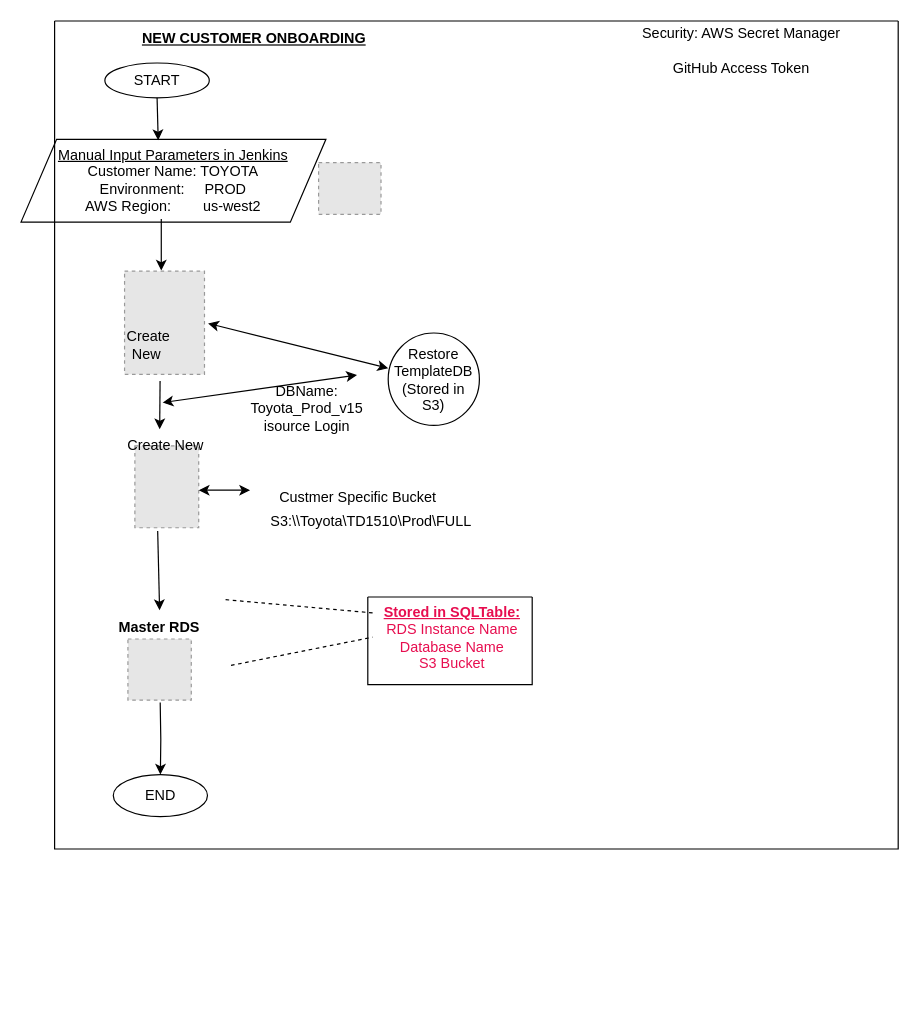
The draw.io diagram Untitled Diagram.drawio in Ravi1983-dev/devopsdemo, before the edit. Source tidied: cells renumbered, new cells numbered last; positions are measured from the earlier drawing's top-left corner, leaving out a move shared by most shapes. Both pictures are drawn from the tidied source at 120%, with x=0, y=0 at pixel (20, 20). Pictures stored in the file or linked from it are replaced by grey dashed boxes.
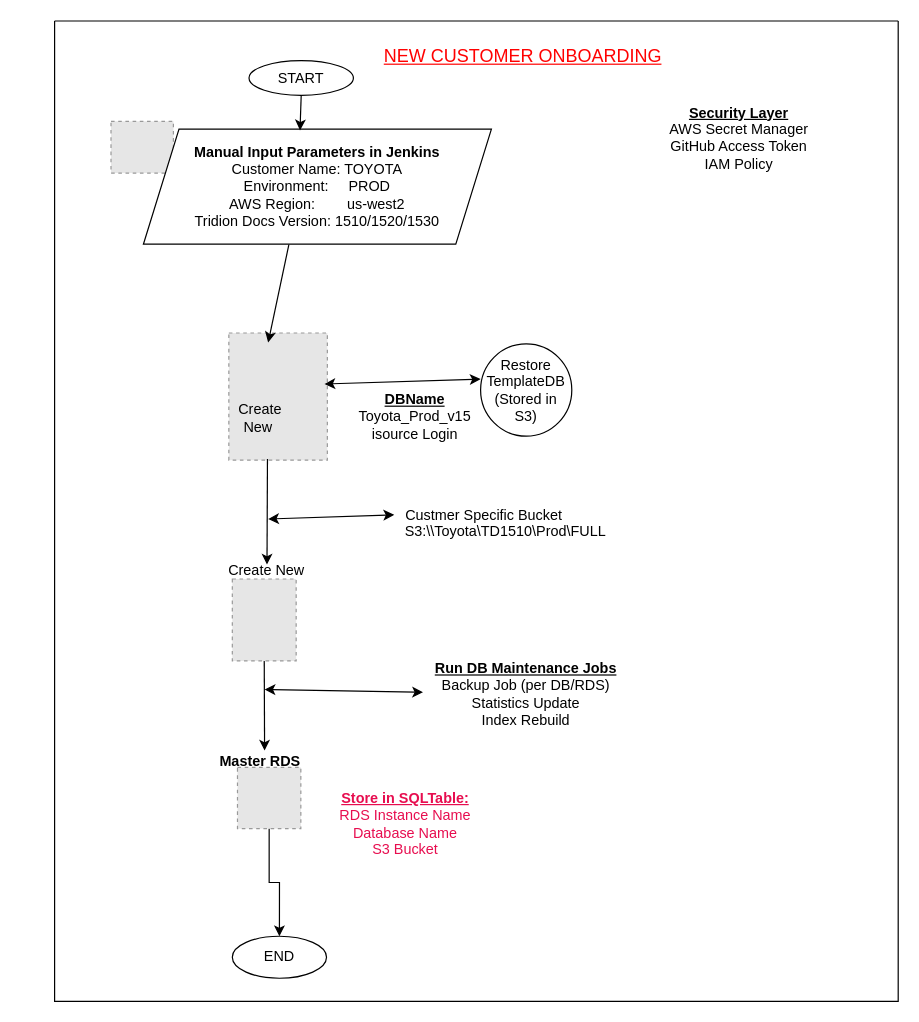
Above is the later version.

Change to the diagram source:
```diff
@@
-    <mxCell id="2" value="START" style="ellipse;whiteSpace=wrap;html=1;" parent="1" vertex="1">
-      <mxGeometry x="69.9" y="35" width="87" height="29" as="geometry" />
-    </mxCell>
-    <mxCell id="3" value="&lt;div&gt;&lt;u style=&quot;&quot;&gt;Manual Input Parameters in Jenkins&lt;/u&gt;&lt;/div&gt;Customer Name: TOYOTA&lt;div&gt;Environment:&amp;nbsp; &amp;nbsp; &amp;nbsp;PROD&lt;/div&gt;&lt;div&gt;AWS Region:&amp;nbsp; &amp;nbsp; &amp;nbsp; &amp;nbsp; us-west2&lt;/div&gt;" style="shape=parallelogram;perimeter=parallelogramPerimeter;whiteSpace=wrap;html=1;fixedSize=1;size=29.66668701171875;" parent="1" vertex="1">
-      <mxGeometry y="98.6" width="254.1" height="69" as="geometry" />
-    </mxCell>
-    <mxCell id="4" style="fillColor=#E6E6E6;strokeColor=#999999;dashed=1;verticalLabelPosition=bottom;labelBackgroundColor=default;verticalAlign=top;" parent="1" vertex="1">
-      <mxGeometry x="94.9" y="354" width="53.2" height="68.3" as="geometry" />
-    </mxCell>
-    <mxCell id="5" style="endArrow=classic;html=1;rounded=0;" parent="1" edge="1">
-      <mxGeometry relative="1" as="geometry">
-        <mxPoint x="116.9" y="165" as="sourcePoint" />
-        <mxPoint x="116.9" y="208" as="targetPoint" />
-      </mxGeometry>
-    </mxCell>
-    <mxCell id="6" style="endArrow=classic;html=1;rounded=0;entryX=0.401;entryY=0.041;entryDx=0;entryDy=0;entryPerimeter=0;" parent="1" edge="1" target="10">
-      <mxGeometry relative="1" as="geometry">
-        <mxPoint x="115.9" y="300" as="sourcePoint" />
-      </mxGeometry>
-    </mxCell>
-    <mxCell id="7" style="endArrow=classic;startArrow=classic;html=1;rounded=0;entryX=0;entryY=0.382;entryDx=0;entryDy=0;entryPerimeter=0;" parent="1" edge="1" target="23">
-      <mxGeometry relative="1" as="geometry">
-        <mxPoint x="155.9" y="252" as="sourcePoint" />
-      </mxGeometry>
-    </mxCell>
-    <mxCell id="8" style="fillColor=#E6E6E6;strokeColor=#999999;dashed=1;verticalLabelPosition=bottom;labelBackgroundColor=default;verticalAlign=top;" parent="1" vertex="1">
-      <mxGeometry x="86.3" y="208.5" width="66.6" height="86" as="geometry" />
-    </mxCell>
-    <mxCell id="9" value="Create New&amp;nbsp;" style="text;html=1;align=center;verticalAlign=middle;whiteSpace=wrap;rounded=0;" parent="1" vertex="1">
-      <mxGeometry x="76.9" y="255" width="59" height="30" as="geometry" />
-    </mxCell>
-    <mxCell id="10" value="Create New&amp;nbsp;" style="text;html=1;align=center;verticalAlign=middle;whiteSpace=wrap;rounded=0;" parent="1" vertex="1">
-      <mxGeometry x="86.3" y="339" width="73" height="30" as="geometry" />
-    </mxCell>
-    <mxCell id="11" style="endArrow=classic;startArrow=classic;html=1;rounded=0;exitX=0.98;exitY=0.614;exitDx=0;exitDy=0;exitPerimeter=0;" parent="1" edge="1">
+    <mxCell id="11" style="endArrow=classic;startArrow=classic;html=1;rounded=0;entryX=0;entryY=0.25;entryDx=0;entryDy=0;" parent="1" edge="1" target="25">
       <mxGeometry relative="1" as="geometry">
-        <mxPoint x="148.1" y="391" as="sourcePoint" />
-        <mxPoint x="190.9" y="391" as="targetPoint" />
+        <mxPoint x="206" y="415" as="sourcePoint" />
       </mxGeometry>
     </mxCell>
-    <mxCell id="12" value="END" style="ellipse;whiteSpace=wrap;html=1;" parent="1" vertex="1">
-      <mxGeometry x="76.9" y="628" width="78.5" height="35" as="geometry" />
-    </mxCell>
-    <mxCell id="13" style="endArrow=classic;html=1;rounded=0;entryX=0.5;entryY=0;entryDx=0;entryDy=0;" parent="1" edge="1" target="17">
-      <mxGeometry relative="1" as="geometry">
-        <mxPoint x="113.9" y="425" as="sourcePoint" />
-      </mxGeometry>
-    </mxCell>
-    <mxCell id="14" style="fillColor=#E6E6E6;strokeColor=#999999;dashed=1;verticalLabelPosition=bottom;labelBackgroundColor=default;verticalAlign=top;" parent="1" vertex="1">
-      <mxGeometry x="248" y="118" width="52" height="43.1" as="geometry" />
-    </mxCell>
-    <mxCell id="15" style="fillColor=#E6E6E6;strokeColor=#999999;dashed=1;verticalLabelPosition=bottom;labelBackgroundColor=default;verticalAlign=top;" parent="1" vertex="1">
-      <mxGeometry x="89.1" y="515" width="52.8" height="51" as="geometry" />
-    </mxCell>
-    <mxCell id="16" style="edgeStyle=orthogonalEdgeStyle;rounded=0;jettySize=auto;html=1;entryX=0.5;entryY=0;entryDx=0;entryDy=0;" parent="1" edge="1" target="12">
-      <mxGeometry relative="1" as="geometry">
-        <mxPoint x="116" y="568" as="sourcePoint" />
-      </mxGeometry>
-    </mxCell>
-    <mxCell id="17" value="&lt;b&gt;Master RDS&lt;/b&gt;" style="text;html=1;align=center;verticalAlign=middle;whiteSpace=wrap;rounded=0;" parent="1" vertex="1">
-      <mxGeometry x="76.9" y="491" width="77.2" height="30" as="geometry" />
-    </mxCell>
-    <mxCell id="18" style="endArrow=none;dashed=1;html=1;rounded=0;exitX=0;exitY=0.25;exitDx=0;exitDy=0;" parent="1" edge="1" source="28">
-      <mxGeometry relative="1" as="geometry">
-        <mxPoint x="168" y="482" as="targetPoint" />
-      </mxGeometry>
-    </mxCell>
-    <mxCell id="19" style="endArrow=none;dashed=1;html=1;rounded=0;entryX=0;entryY=0.5;entryDx=0;entryDy=0;" parent="1" edge="1" target="28">
-      <mxGeometry relative="1" as="geometry">
-        <mxPoint x="175" y="537" as="sourcePoint" />
-      </mxGeometry>
-    </mxCell>
     <mxCell id="20" style="swimlane;startSize=0;" parent="1" vertex="1">
-      <mxGeometry x="28" width="703" height="690" as="geometry" />
+      <mxGeometry x="28" width="703" height="817" as="geometry" />
     </mxCell>
-    <mxCell id="21" value="&lt;b&gt;&lt;u&gt;NEW CUSTOMER ONBOARDING&lt;/u&gt;&lt;/b&gt;" style="text;html=1;align=center;verticalAlign=middle;whiteSpace=wrap;rounded=0;" parent="20" vertex="1">
-      <mxGeometry x="47" width="239" height="30" as="geometry" />
+    <mxCell id="21" value="&lt;font&gt;NEW CUSTOMER ONBOARDING&lt;/font&gt;" style="text;html=1;align=center;verticalAlign=middle;whiteSpace=wrap;rounded=0;fontSize=15;fontColor=#FF0000;fontStyle=4;" parent="20" vertex="1">
+      <mxGeometry x="271" y="14" width="239" height="30" as="geometry" />
     </mxCell>
-    <mxCell id="22" value="Security: AWS Secret Manager&lt;div&gt;&lt;br&gt;&lt;/div&gt;&lt;div&gt;GitHub Access Token&lt;/div&gt;&lt;div&gt;&lt;br&gt;&lt;/div&gt;" style="text;html=1;align=center;verticalAlign=middle;whiteSpace=wrap;rounded=0;" parent="20" vertex="1">
-      <mxGeometry x="456" y="17" width="233" height="30" as="geometry" />
+    <mxCell id="22" value="&lt;div&gt;&lt;b&gt;&lt;u&gt;Security Layer&lt;/u&gt;&lt;/b&gt;&lt;/div&gt;AWS Secret Manager&lt;div&gt;GitHub Access Token&lt;/div&gt;&lt;div&gt;&lt;span style=&quot;background-color: transparent; color: light-dark(rgb(0, 0, 0), rgb(255, 255, 255));&quot;&gt;IAM Policy&lt;/span&gt;&lt;/div&gt;&lt;div&gt;&lt;br&gt;&lt;/div&gt;" style="text;html=1;align=center;verticalAlign=middle;whiteSpace=wrap;rounded=0;" parent="20" vertex="1">
+      <mxGeometry x="454" y="90.1" width="233" height="30" as="geometry" />
     </mxCell>
     <mxCell id="23" value="Restore TemplateDB&lt;div&gt;(Stored in S3)&lt;/div&gt;" style="ellipse;whiteSpace=wrap;html=1;" parent="20" vertex="1">
-      <mxGeometry x="278" y="260" width="76" height="77" as="geometry" />
+      <mxGeometry x="355" y="269" width="76" height="77" as="geometry" />
     </mxCell>
-    <mxCell id="24" value="DBName:&lt;div&gt;Toyota_Prod_v15&lt;/div&gt;&lt;div&gt;isource Login&lt;/div&gt;&lt;div&gt;&lt;br&gt;&lt;/div&gt;" style="text;html=1;align=center;verticalAlign=middle;whiteSpace=wrap;rounded=0;" parent="20" vertex="1">
-      <mxGeometry x="152" y="313" width="117" height="33" as="geometry" />
+    <mxCell id="24" value="&lt;b&gt;&lt;u&gt;DBName&lt;/u&gt;&lt;/b&gt;&lt;div&gt;Toyota_Prod_v15&lt;/div&gt;&lt;div&gt;isource Login&lt;/div&gt;&lt;div&gt;&lt;br&gt;&lt;/div&gt;" style="text;html=1;align=center;verticalAlign=middle;whiteSpace=wrap;rounded=0;" parent="20" vertex="1">
+      <mxGeometry x="242" y="320" width="117" height="33" as="geometry" />
     </mxCell>
     <mxCell id="25" value="Custmer Specific Bucket&lt;div&gt;&lt;br&gt;&lt;/div&gt;" style="text;html=1;align=center;verticalAlign=middle;whiteSpace=wrap;rounded=0;" parent="20" vertex="1">
-      <mxGeometry x="178" y="389" width="150" height="30" as="geometry" />
+      <mxGeometry x="283" y="404" width="150" height="30" as="geometry" />
     </mxCell>
     <mxCell id="26" value="S3:\\Toyota\TD1510\Prod\FULL" style="text;html=1;align=center;verticalAlign=middle;whiteSpace=wrap;rounded=0;" parent="20" vertex="1">
-      <mxGeometry x="196" y="403" width="136" height="27" as="geometry" />
+      <mxGeometry x="308" y="412" width="136" height="27" as="geometry" />
     </mxCell>
+    <mxCell id="14" style="fillColor=#E6E6E6;strokeColor=#999999;dashed=1;verticalLabelPosition=bottom;labelBackgroundColor=default;verticalAlign=top;" parent="20" vertex="1">
+      <mxGeometry x="47" y="83.6" width="52" height="43.1" as="geometry" />
+    </mxCell>
+    <mxCell id="3" value="&lt;div&gt;&lt;b style=&quot;&quot;&gt;Manual Input Parameters in Jenkins&lt;/b&gt;&lt;/div&gt;Customer Name: TOYOTA&lt;div&gt;Environment:&amp;nbsp; &amp;nbsp; &amp;nbsp;PROD&lt;/div&gt;&lt;div&gt;AWS Region:&amp;nbsp; &amp;nbsp; &amp;nbsp; &amp;nbsp; us-west2&lt;/div&gt;&lt;div&gt;Tridion Docs Version: 1510/1520/1530&lt;/div&gt;" style="shape=parallelogram;perimeter=parallelogramPerimeter;whiteSpace=wrap;html=1;fixedSize=1;size=29.66668701171875;" parent="20" vertex="1">
+      <mxGeometry x="74" y="90.1" width="290" height="95.9" as="geometry" />
+    </mxCell>
+    <mxCell id="2" value="START" style="ellipse;whiteSpace=wrap;html=1;" parent="20" vertex="1">
+      <mxGeometry x="162" y="33" width="87" height="29" as="geometry" />
+    </mxCell>
-    <mxCell id="27" style="endArrow=classic;html=1;rounded=0;exitX=0.5;exitY=1;exitDx=0;exitDy=0;entryX=0.45;entryY=0.011;entryDx=0;entryDy=0;entryPerimeter=0;" parent="1" edge="1" source="2" target="3">
+    <mxCell id="27" style="endArrow=classic;html=1;rounded=0;exitX=0.5;exitY=1;exitDx=0;exitDy=0;entryX=0.45;entryY=0.011;entryDx=0;entryDy=0;entryPerimeter=0;" parent="20" edge="1" source="2" target="3">
       <mxGeometry relative="1" as="geometry" />
     </mxCell>
-    <mxCell id="28" value="&lt;font style=&quot;color: light-dark(rgb(231, 13, 79), rgb(237, 237, 237));&quot;&gt;&lt;b&gt;&lt;u&gt;Stored in SQLTable:&lt;/u&gt;&lt;/b&gt;&lt;/font&gt;&lt;div&gt;&lt;font style=&quot;color: light-dark(rgb(231, 13, 79), rgb(237, 237, 237));&quot;&gt;RDS Instance Name&lt;/font&gt;&lt;div&gt;&lt;font style=&quot;color: light-dark(rgb(231, 13, 79), rgb(237, 237, 237));&quot;&gt;Database Name&lt;/font&gt;&lt;/div&gt;&lt;div&gt;&lt;font style=&quot;color: light-dark(rgb(231, 13, 79), rgb(237, 237, 237));&quot;&gt;S3 Bucket&lt;/font&gt;&lt;/div&gt;&lt;/div&gt;" style="text;html=1;align=center;verticalAlign=middle;whiteSpace=wrap;rounded=0;" parent="1" vertex="1">
-      <mxGeometry x="293" y="473" width="132.9" height="81" as="geometry" />
+    <mxCell id="28" value="&lt;font style=&quot;color: light-dark(rgb(231, 13, 79), rgb(237, 237, 237));&quot;&gt;&lt;b&gt;&lt;u&gt;Store in SQLTable:&lt;/u&gt;&lt;/b&gt;&lt;/font&gt;&lt;div&gt;&lt;font style=&quot;color: light-dark(rgb(231, 13, 79), rgb(237, 237, 237));&quot;&gt;RDS Instance Name&lt;/font&gt;&lt;div&gt;&lt;font style=&quot;color: light-dark(rgb(231, 13, 79), rgb(237, 237, 237));&quot;&gt;Database Name&lt;/font&gt;&lt;/div&gt;&lt;div&gt;&lt;font style=&quot;color: light-dark(rgb(231, 13, 79), rgb(237, 237, 237));&quot;&gt;S3 Bucket&lt;/font&gt;&lt;/div&gt;&lt;/div&gt;" style="text;html=1;align=center;verticalAlign=middle;whiteSpace=wrap;rounded=0;" parent="20" vertex="1">
+      <mxGeometry x="226.1" y="628" width="132.9" height="81" as="geometry" />
     </mxCell>
-    <mxCell id="29" style="swimlane;startSize=0;fontColor=#FF3E29;" parent="1" vertex="1">
-      <mxGeometry x="289" y="480" width="137" height="73" as="geometry" />
-    </mxCell>
-    <mxCell id="30" style="endArrow=classic;startArrow=classic;html=1;rounded=0;" parent="1" edge="1">
-      <mxGeometry relative="1" as="geometry">
-        <mxPoint x="118" y="318" as="sourcePoint" />
-        <mxPoint x="280" y="295" as="targetPoint" />
-      </mxGeometry>
-    </mxCell>
+    <mxCell id="8" style="fillColor=#E6E6E6;strokeColor=#999999;dashed=1;verticalLabelPosition=bottom;labelBackgroundColor=default;verticalAlign=top;" parent="20" vertex="1">
+      <mxGeometry x="145.2" y="260" width="82.1" height="106" as="geometry" />
+    </mxCell>
+    <mxCell id="4" style="fillColor=#E6E6E6;strokeColor=#999999;dashed=1;verticalLabelPosition=bottom;labelBackgroundColor=default;verticalAlign=top;" parent="20" vertex="1">
+      <mxGeometry x="148.1" y="465" width="53.2" height="68.3" as="geometry" />
+    </mxCell>
+    <mxCell id="10" value="Create New&amp;nbsp;" style="text;html=1;align=center;verticalAlign=middle;whiteSpace=wrap;rounded=0;" parent="20" vertex="1">
+      <mxGeometry x="142.3" y="443" width="73" height="30" as="geometry" />
+    </mxCell>
+    <mxCell id="31" style="endArrow=classic;html=1;rounded=0;exitX=0.418;exitY=1.004;exitDx=0;exitDy=0;exitPerimeter=0;entryX=0.399;entryY=0.075;entryDx=0;entryDy=0;entryPerimeter=0;" parent="20" edge="1" source="3" target="8">
+      <mxGeometry relative="1" as="geometry" />
+    </mxCell>
+    <mxCell id="9" value="Create New&amp;nbsp;" style="text;html=1;align=center;verticalAlign=middle;whiteSpace=wrap;rounded=0;" parent="20" vertex="1">
+      <mxGeometry x="142.3" y="316" width="59" height="30" as="geometry" />
+    </mxCell>
+    <mxCell id="32" style="endArrow=classic;html=1;rounded=0;exitX=0.392;exitY=0.99;exitDx=0;exitDy=0;exitPerimeter=0;" parent="20" edge="1" source="8">
+      <mxGeometry relative="1" as="geometry">
+        <mxPoint x="177" y="453" as="targetPoint" />
+      </mxGeometry>
+    </mxCell>
+    <mxCell id="12" value="END" style="ellipse;whiteSpace=wrap;html=1;" parent="20" vertex="1">
+      <mxGeometry x="148.1" y="762.7" width="78.5" height="35" as="geometry" />
+    </mxCell>
+    <mxCell id="16" style="edgeStyle=orthogonalEdgeStyle;rounded=0;jettySize=auto;html=1;entryX=0.5;entryY=0;entryDx=0;entryDy=0;" parent="20" edge="1" source="15" target="12">
+      <mxGeometry relative="1" as="geometry" />
+    </mxCell>
+    <mxCell id="15" style="fillColor=#E6E6E6;strokeColor=#999999;dashed=1;verticalLabelPosition=bottom;labelBackgroundColor=default;verticalAlign=top;" parent="20" vertex="1">
+      <mxGeometry x="152.4" y="622" width="52.8" height="51" as="geometry" />
+    </mxCell>
+    <mxCell id="17" value="&lt;b&gt;Master RDS&lt;/b&gt;" style="text;html=1;align=center;verticalAlign=middle;whiteSpace=wrap;rounded=0;" parent="20" vertex="1">
+      <mxGeometry x="133.2" y="602" width="77.2" height="30" as="geometry" />
+    </mxCell>
+    <mxCell id="13" style="endArrow=classic;html=1;rounded=0;exitX=0.5;exitY=1;exitDx=0;exitDy=0;" parent="20" edge="1" source="4">
+      <mxGeometry relative="1" as="geometry">
+        <mxPoint x="175" y="608" as="targetPoint" />
+      </mxGeometry>
+    </mxCell>
+    <mxCell id="7" style="endArrow=classic;startArrow=classic;html=1;rounded=0;entryX=0;entryY=0.382;entryDx=0;entryDy=0;entryPerimeter=0;exitX=0.971;exitY=0.401;exitDx=0;exitDy=0;exitPerimeter=0;" parent="20" edge="1" source="8" target="23">
+      <mxGeometry relative="1" as="geometry" />
+    </mxCell>
+    <mxCell id="33" value="&lt;b&gt;&lt;u&gt;Run DB Maintenance Jobs&lt;/u&gt;&lt;/b&gt;&lt;div&gt;Backup Job (per DB/RDS)&lt;/div&gt;&lt;div&gt;Statistics Update&lt;b&gt;&lt;u&gt;&lt;/u&gt;&lt;/b&gt;&lt;/div&gt;&lt;div&gt;Index Rebuild&lt;/div&gt;" style="text;html=1;align=center;verticalAlign=middle;whiteSpace=wrap;rounded=0;" parent="20" vertex="1">
+      <mxGeometry x="307" y="546" width="172" height="30" as="geometry" />
+    </mxCell>
+    <mxCell id="34" style="endArrow=classic;startArrow=classic;html=1;rounded=0;" parent="1" edge="1" target="33">
+      <mxGeometry relative="1" as="geometry">
+        <mxPoint x="203" y="557" as="sourcePoint" />
+      </mxGeometry>
+    </mxCell>
```
